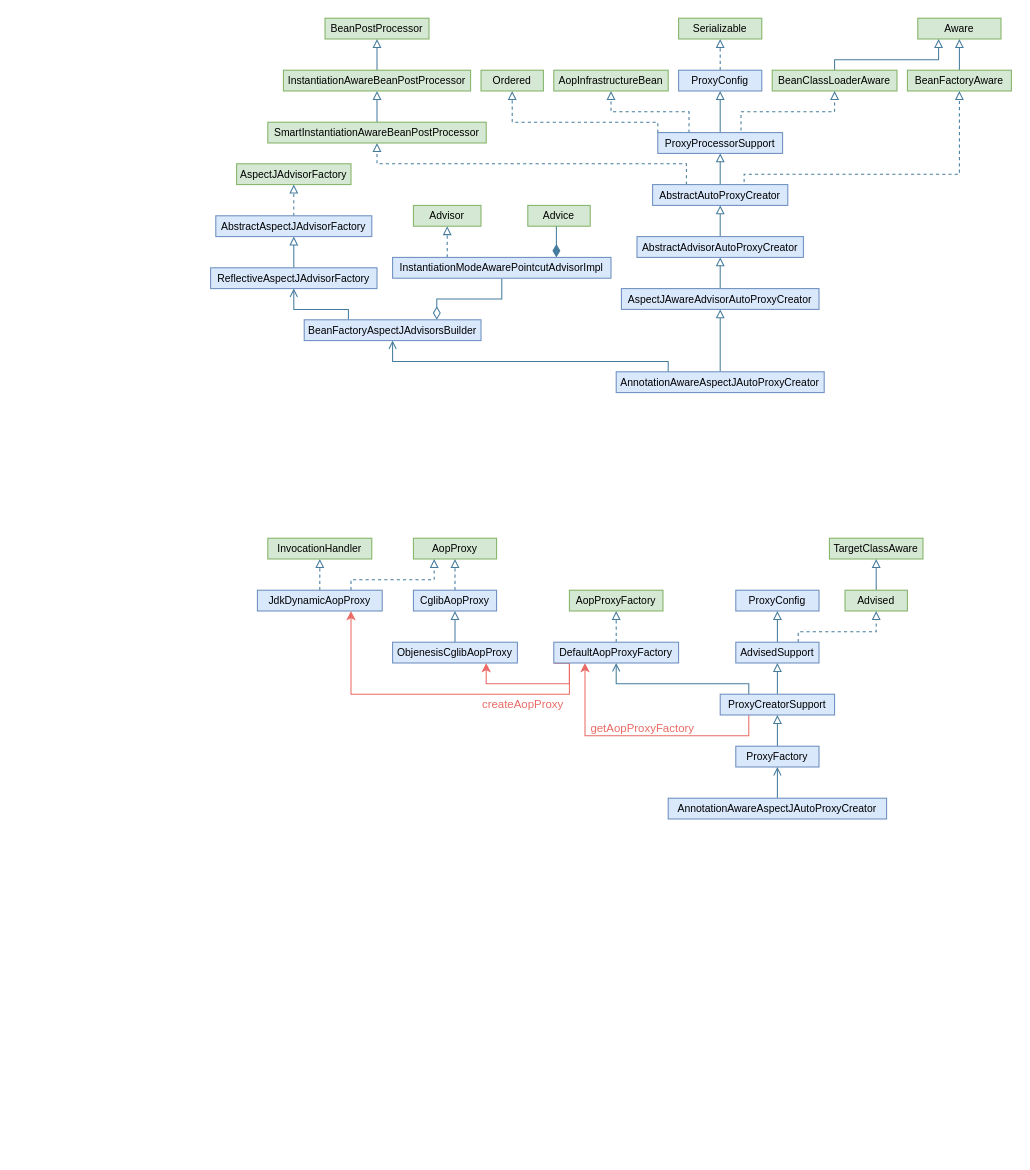
Before: page "Aop" (4 of 6) of drawio/spring.drawio in shanhm1991/shanhm1991.github.io, a draw.io diagram. Source tidied: cells renumbered, new cells numbered last; positions are measured from the earlier drawing's top-left corner, leaving out a move shared by most shapes. Both pictures are drawn from the tidied source at 104%, with x=0, y=0 at pixel (210, 18).
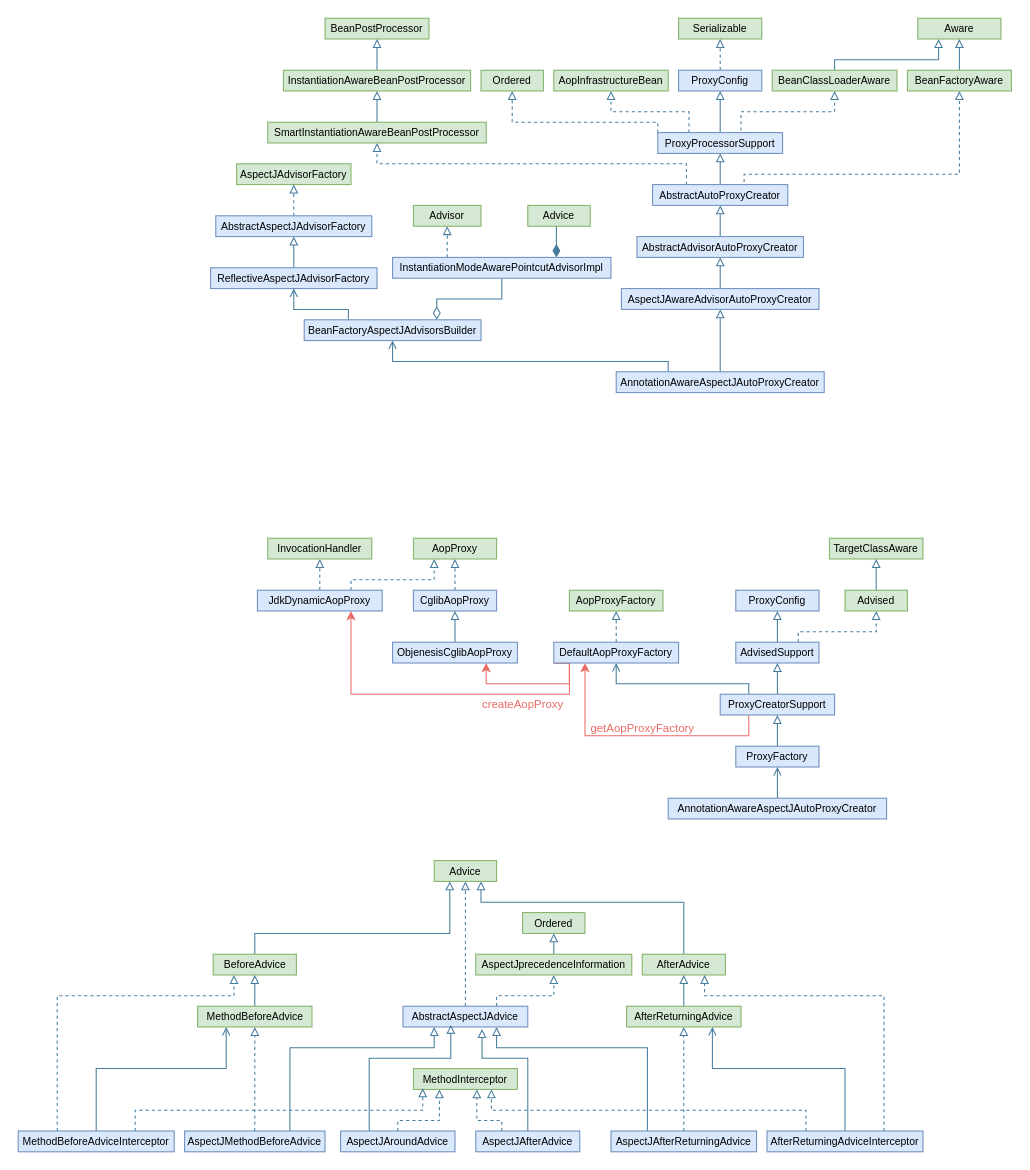
The same page after the edit.

Change to the diagram source:
```diff
@@
+    <mxCell id="77" value="Advice" style="rounded=0;whiteSpace=wrap;html=1;strokeColor=#82b366;fillColor=#d5e8d4;fontSize=10;" parent="1" vertex="1">
+      <mxGeometry x="215" y="810" width="60" height="20" as="geometry" />
+    </mxCell>
+    <mxCell id="78" style="edgeStyle=orthogonalEdgeStyle;shape=connector;rounded=0;jettySize=auto;html=1;exitX=0.5;exitY=0;exitDx=0;exitDy=0;entryX=0.25;entryY=1;entryDx=0;entryDy=0;labelBackgroundColor=default;strokeColor=#457B9D;fontFamily=Helvetica;fontSize=11;fontColor=default;endArrow=block;endFill=0;" parent="1" edge="1" source="79" target="77">
+      <mxGeometry relative="1" as="geometry">
+        <Array as="points">
+          <mxPoint x="43" y="880" />
+          <mxPoint x="230" y="880" />
+        </Array>
+      </mxGeometry>
+    </mxCell>
+    <mxCell id="79" value="BeforeAdvice" style="rounded=0;whiteSpace=wrap;html=1;strokeColor=#82b366;fillColor=#d5e8d4;fontSize=10;" parent="1" vertex="1">
+      <mxGeometry x="2.5" y="900" width="80" height="20" as="geometry" />
+    </mxCell>
+    <mxCell id="80" style="edgeStyle=orthogonalEdgeStyle;shape=connector;rounded=0;jettySize=auto;html=1;exitX=0.5;exitY=0;exitDx=0;exitDy=0;entryX=0.75;entryY=1;entryDx=0;entryDy=0;labelBackgroundColor=default;strokeColor=#457B9D;fontFamily=Helvetica;fontSize=11;fontColor=default;endArrow=block;endFill=0;" parent="1" edge="1" source="81" target="77">
+      <mxGeometry relative="1" as="geometry">
+        <Array as="points">
+          <mxPoint x="455" y="850" />
+          <mxPoint x="260" y="850" />
+        </Array>
+      </mxGeometry>
+    </mxCell>
+    <mxCell id="81" value="AfterAdvice" style="rounded=0;whiteSpace=wrap;html=1;strokeColor=#82b366;fillColor=#d5e8d4;fontSize=10;" parent="1" vertex="1">
+      <mxGeometry x="415" y="900" width="80" height="20" as="geometry" />
+    </mxCell>
+    <mxCell id="82" style="edgeStyle=orthogonalEdgeStyle;shape=connector;rounded=0;jettySize=auto;html=1;exitX=0.5;exitY=0;exitDx=0;exitDy=0;entryX=0.5;entryY=1;entryDx=0;entryDy=0;labelBackgroundColor=default;strokeColor=#457B9D;fontFamily=Helvetica;fontSize=11;fontColor=default;endArrow=block;endFill=0;" parent="1" edge="1" source="83" target="81">
+      <mxGeometry relative="1" as="geometry" />
+    </mxCell>
+    <mxCell id="83" value="AfterReturningAdvice" style="rounded=0;whiteSpace=wrap;html=1;strokeColor=#82b366;fillColor=#d5e8d4;fontSize=10;" parent="1" vertex="1">
+      <mxGeometry x="400" y="950" width="110" height="20" as="geometry" />
+    </mxCell>
+    <mxCell id="84" style="edgeStyle=orthogonalEdgeStyle;shape=connector;rounded=0;jettySize=auto;html=1;exitX=0.5;exitY=0;exitDx=0;exitDy=0;entryX=0.5;entryY=1;entryDx=0;entryDy=0;labelBackgroundColor=default;strokeColor=#457B9D;fontFamily=Helvetica;fontSize=11;fontColor=default;endArrow=block;endFill=0;" parent="1" edge="1" source="85" target="79">
+      <mxGeometry relative="1" as="geometry" />
+    </mxCell>
+    <mxCell id="85" value="MethodBeforeAdvice" style="rounded=0;whiteSpace=wrap;html=1;strokeColor=#82b366;fillColor=#d5e8d4;fontSize=10;" parent="1" vertex="1">
+      <mxGeometry x="-12.5" y="950" width="110" height="20" as="geometry" />
+    </mxCell>
+    <mxCell id="86" style="edgeStyle=orthogonalEdgeStyle;shape=connector;rounded=0;jettySize=auto;html=1;exitX=0.5;exitY=0;exitDx=0;exitDy=0;entryX=0.5;entryY=1;entryDx=0;entryDy=0;labelBackgroundColor=default;strokeColor=#457B9D;fontFamily=Helvetica;fontSize=11;fontColor=default;endArrow=block;endFill=0;dashed=1;" parent="1" edge="1" source="88" target="85">
+      <mxGeometry relative="1" as="geometry" />
+    </mxCell>
+    <mxCell id="87" style="edgeStyle=orthogonalEdgeStyle;shape=connector;rounded=0;jettySize=auto;html=1;exitX=0.75;exitY=0;exitDx=0;exitDy=0;entryX=0.25;entryY=1;entryDx=0;entryDy=0;labelBackgroundColor=default;strokeColor=#457B9D;fontFamily=Helvetica;fontSize=11;fontColor=default;endArrow=block;endFill=0;" parent="1" edge="1" source="88" target="94">
+      <mxGeometry relative="1" as="geometry">
+        <Array as="points">
+          <mxPoint x="76" y="990" />
+          <mxPoint x="215" y="990" />
+        </Array>
+      </mxGeometry>
+    </mxCell>
+    <mxCell id="88" value="AspectJMethodBeforeAdvice" style="rounded=0;whiteSpace=wrap;html=1;strokeColor=#6c8ebf;fillColor=#dae8fc;fontSize=10;" parent="1" vertex="1">
+      <mxGeometry x="-25" y="1070" width="135" height="20" as="geometry" />
+    </mxCell>
+    <mxCell id="89" style="edgeStyle=orthogonalEdgeStyle;shape=connector;rounded=0;jettySize=auto;html=1;exitX=0.5;exitY=0;exitDx=0;exitDy=0;entryX=0.5;entryY=1;entryDx=0;entryDy=0;labelBackgroundColor=default;strokeColor=#457B9D;fontFamily=Helvetica;fontSize=11;fontColor=default;endArrow=block;endFill=0;dashed=1;" parent="1" edge="1" source="91" target="83">
+      <mxGeometry relative="1" as="geometry" />
+    </mxCell>
+    <mxCell id="90" style="edgeStyle=orthogonalEdgeStyle;shape=connector;rounded=0;jettySize=auto;html=1;exitX=0.25;exitY=0;exitDx=0;exitDy=0;entryX=0.75;entryY=1;entryDx=0;entryDy=0;labelBackgroundColor=default;strokeColor=#457B9D;fontFamily=Helvetica;fontSize=11;fontColor=default;endArrow=block;endFill=0;" parent="1" edge="1" source="91" target="94">
+      <mxGeometry relative="1" as="geometry">
+        <Array as="points">
+          <mxPoint x="420" y="990" />
+          <mxPoint x="275" y="990" />
+        </Array>
+      </mxGeometry>
+    </mxCell>
+    <mxCell id="91" value="AspectJAfterReturningAdvice" style="rounded=0;whiteSpace=wrap;html=1;strokeColor=#6c8ebf;fillColor=#dae8fc;fontSize=10;" parent="1" vertex="1">
+      <mxGeometry x="385" y="1070" width="140" height="20" as="geometry" />
+    </mxCell>
+    <mxCell id="92" style="edgeStyle=orthogonalEdgeStyle;shape=connector;rounded=0;jettySize=auto;html=1;exitX=0.5;exitY=0;exitDx=0;exitDy=0;entryX=0.5;entryY=1;entryDx=0;entryDy=0;labelBackgroundColor=default;strokeColor=#457B9D;fontFamily=Helvetica;fontSize=11;fontColor=default;endArrow=block;endFill=0;dashed=1;" parent="1" edge="1" source="94" target="77">
+      <mxGeometry relative="1" as="geometry" />
+    </mxCell>
+    <mxCell id="93" style="edgeStyle=orthogonalEdgeStyle;shape=connector;rounded=0;jettySize=auto;html=1;exitX=0.75;exitY=0;exitDx=0;exitDy=0;entryX=0.5;entryY=1;entryDx=0;entryDy=0;labelBackgroundColor=default;strokeColor=#457B9D;fontFamily=Helvetica;fontSize=11;fontColor=default;endArrow=block;endFill=0;dashed=1;" parent="1" edge="1" source="94" target="96">
+      <mxGeometry relative="1" as="geometry">
+        <Array as="points">
+          <mxPoint x="275" y="940" />
+          <mxPoint x="330" y="940" />
+        </Array>
+      </mxGeometry>
+    </mxCell>
+    <mxCell id="94" value="AbstractAspectJAdvice" style="rounded=0;whiteSpace=wrap;html=1;strokeColor=#6c8ebf;fillColor=#dae8fc;fontSize=10;" parent="1" vertex="1">
+      <mxGeometry x="185" y="950" width="120" height="20" as="geometry" />
+    </mxCell>
+    <mxCell id="95" style="edgeStyle=orthogonalEdgeStyle;shape=connector;rounded=0;jettySize=auto;html=1;exitX=0.5;exitY=0;exitDx=0;exitDy=0;entryX=0.5;entryY=1;entryDx=0;entryDy=0;labelBackgroundColor=default;strokeColor=#457B9D;fontFamily=Helvetica;fontSize=11;fontColor=default;endArrow=block;endFill=0;" parent="1" edge="1" source="96" target="97">
+      <mxGeometry relative="1" as="geometry" />
+    </mxCell>
+    <mxCell id="96" value="AspectJprecedenceInformation" style="rounded=0;whiteSpace=wrap;html=1;strokeColor=#82b366;fillColor=#d5e8d4;fontSize=10;" parent="1" vertex="1">
+      <mxGeometry x="255" y="900" width="150" height="20" as="geometry" />
+    </mxCell>
+    <mxCell id="97" value="Ordered" style="rounded=0;whiteSpace=wrap;html=1;strokeColor=#82b366;fillColor=#d5e8d4;fontSize=10;" parent="1" vertex="1">
+      <mxGeometry x="300" y="860" width="60" height="20" as="geometry" />
+    </mxCell>
+    <mxCell id="98" value="MethodInterceptor" style="rounded=0;whiteSpace=wrap;html=1;strokeColor=#82b366;fillColor=#d5e8d4;fontSize=10;" parent="1" vertex="1">
+      <mxGeometry x="195" y="1010" width="100" height="20" as="geometry" />
+    </mxCell>
+    <mxCell id="99" style="edgeStyle=orthogonalEdgeStyle;shape=connector;rounded=0;jettySize=auto;html=1;exitX=0.5;exitY=0;exitDx=0;exitDy=0;entryX=0.25;entryY=1;entryDx=0;entryDy=0;labelBackgroundColor=default;strokeColor=#457B9D;fontFamily=Helvetica;fontSize=11;fontColor=default;endArrow=block;endFill=0;dashed=1;" parent="1" edge="1" source="101" target="98">
+      <mxGeometry relative="1" as="geometry">
+        <Array as="points">
+          <mxPoint x="180" y="1060" />
+          <mxPoint x="220" y="1060" />
+        </Array>
+      </mxGeometry>
+    </mxCell>
+    <mxCell id="100" style="edgeStyle=orthogonalEdgeStyle;shape=connector;rounded=0;jettySize=auto;html=1;exitX=0.25;exitY=0;exitDx=0;exitDy=0;entryX=0.383;entryY=0.9;entryDx=0;entryDy=0;entryPerimeter=0;labelBackgroundColor=default;strokeColor=#457B9D;fontFamily=Helvetica;fontSize=11;fontColor=default;endArrow=block;endFill=0;" parent="1" edge="1" source="101" target="94">
+      <mxGeometry relative="1" as="geometry">
+        <Array as="points">
+          <mxPoint x="153" y="1000" />
+          <mxPoint x="231" y="1000" />
+        </Array>
+      </mxGeometry>
+    </mxCell>
+    <mxCell id="101" value="AspectJAroundAdvice" style="rounded=0;whiteSpace=wrap;html=1;strokeColor=#6c8ebf;fillColor=#dae8fc;fontSize=10;" parent="1" vertex="1">
+      <mxGeometry x="125" y="1070" width="110" height="20" as="geometry" />
+    </mxCell>
+    <mxCell id="102" style="edgeStyle=orthogonalEdgeStyle;shape=connector;rounded=0;jettySize=auto;html=1;exitX=0.5;exitY=0;exitDx=0;exitDy=0;entryX=0.633;entryY=1.1;entryDx=0;entryDy=0;entryPerimeter=0;labelBackgroundColor=default;strokeColor=#457B9D;fontFamily=Helvetica;fontSize=11;fontColor=default;endArrow=block;endFill=0;" parent="1" edge="1" source="104" target="94">
+      <mxGeometry relative="1" as="geometry">
+        <Array as="points">
+          <mxPoint x="305" y="1000" />
+          <mxPoint x="261" y="1000" />
+        </Array>
+      </mxGeometry>
+    </mxCell>
+    <mxCell id="103" style="edgeStyle=orthogonalEdgeStyle;shape=connector;rounded=0;jettySize=auto;html=1;exitX=0.25;exitY=0;exitDx=0;exitDy=0;entryX=0.61;entryY=1;entryDx=0;entryDy=0;labelBackgroundColor=default;strokeColor=#457B9D;fontFamily=Helvetica;fontSize=11;fontColor=default;endArrow=block;endFill=0;dashed=1;entryPerimeter=0;" parent="1" edge="1" source="104" target="98">
+      <mxGeometry relative="1" as="geometry">
+        <Array as="points">
+          <mxPoint x="280" y="1060" />
+          <mxPoint x="256" y="1060" />
+        </Array>
+      </mxGeometry>
+    </mxCell>
+    <mxCell id="104" value="AspectJAfterAdvice" style="rounded=0;whiteSpace=wrap;html=1;strokeColor=#6c8ebf;fillColor=#dae8fc;fontSize=10;" parent="1" vertex="1">
+      <mxGeometry x="255" y="1070" width="100" height="20" as="geometry" />
+    </mxCell>
+    <mxCell id="105" style="edgeStyle=orthogonalEdgeStyle;shape=connector;rounded=0;jettySize=auto;html=1;exitX=0.25;exitY=0;exitDx=0;exitDy=0;entryX=0.25;entryY=1;entryDx=0;entryDy=0;labelBackgroundColor=default;strokeColor=#457B9D;fontFamily=Helvetica;fontSize=11;fontColor=default;endArrow=block;endFill=0;dashed=1;" parent="1" edge="1" source="108" target="79">
+      <mxGeometry relative="1" as="geometry">
+        <Array as="points">
+          <mxPoint x="-147" y="940" />
+          <mxPoint x="23" y="940" />
+        </Array>
+      </mxGeometry>
+    </mxCell>
+    <mxCell id="106" style="edgeStyle=orthogonalEdgeStyle;shape=connector;rounded=0;jettySize=auto;html=1;exitX=0.5;exitY=0;exitDx=0;exitDy=0;entryX=0.25;entryY=1;entryDx=0;entryDy=0;labelBackgroundColor=default;strokeColor=#457B9D;fontFamily=Helvetica;fontSize=11;fontColor=default;endArrow=open;endFill=0;" parent="1" edge="1" source="108" target="85">
+      <mxGeometry relative="1" as="geometry">
+        <Array as="points">
+          <mxPoint x="-110" y="1010" />
+          <mxPoint x="15" y="1010" />
+        </Array>
+      </mxGeometry>
+    </mxCell>
+    <mxCell id="107" style="edgeStyle=orthogonalEdgeStyle;shape=connector;rounded=0;jettySize=auto;html=1;exitX=0.75;exitY=0;exitDx=0;exitDy=0;entryX=0.09;entryY=0.95;entryDx=0;entryDy=0;entryPerimeter=0;labelBackgroundColor=default;strokeColor=#457B9D;fontFamily=Helvetica;fontSize=11;fontColor=default;endArrow=block;endFill=0;dashed=1;" parent="1" edge="1" source="108" target="98">
+      <mxGeometry relative="1" as="geometry">
+        <Array as="points">
+          <mxPoint x="-72" y="1050" />
+          <mxPoint x="204" y="1050" />
+        </Array>
+      </mxGeometry>
+    </mxCell>
+    <mxCell id="108" value="MethodBeforeAdviceInterceptor" style="rounded=0;whiteSpace=wrap;html=1;strokeColor=#6c8ebf;fillColor=#dae8fc;fontSize=10;" parent="1" vertex="1">
+      <mxGeometry x="-185" y="1070" width="150" height="20" as="geometry" />
+    </mxCell>
+    <mxCell id="109" style="edgeStyle=orthogonalEdgeStyle;shape=connector;rounded=0;jettySize=auto;html=1;exitX=0.75;exitY=0;exitDx=0;exitDy=0;entryX=0.75;entryY=1;entryDx=0;entryDy=0;labelBackgroundColor=default;strokeColor=#457B9D;fontFamily=Helvetica;fontSize=11;fontColor=default;endArrow=block;endFill=0;dashed=1;" parent="1" edge="1" source="112" target="81">
+      <mxGeometry relative="1" as="geometry">
+        <Array as="points">
+          <mxPoint x="648" y="940" />
+          <mxPoint x="475" y="940" />
+        </Array>
+      </mxGeometry>
+    </mxCell>
+    <mxCell id="110" style="edgeStyle=orthogonalEdgeStyle;shape=connector;rounded=0;jettySize=auto;html=1;exitX=0.5;exitY=0;exitDx=0;exitDy=0;entryX=0.75;entryY=1;entryDx=0;entryDy=0;labelBackgroundColor=default;strokeColor=#457B9D;fontFamily=Helvetica;fontSize=11;fontColor=default;endArrow=open;endFill=0;" parent="1" edge="1" source="112" target="83">
+      <mxGeometry relative="1" as="geometry">
+        <Array as="points">
+          <mxPoint x="610" y="1010" />
+          <mxPoint x="483" y="1010" />
+        </Array>
+      </mxGeometry>
+    </mxCell>
+    <mxCell id="111" style="edgeStyle=orthogonalEdgeStyle;shape=connector;rounded=0;jettySize=auto;html=1;exitX=0.25;exitY=0;exitDx=0;exitDy=0;entryX=0.75;entryY=1;entryDx=0;entryDy=0;labelBackgroundColor=default;strokeColor=#457B9D;fontFamily=Helvetica;fontSize=11;fontColor=default;endArrow=block;endFill=0;dashed=1;" parent="1" edge="1" source="112" target="98">
+      <mxGeometry relative="1" as="geometry" />
+    </mxCell>
+    <mxCell id="112" value="AfterReturningAdviceInterceptor" style="rounded=0;whiteSpace=wrap;html=1;strokeColor=#6c8ebf;fillColor=#dae8fc;fontSize=10;" parent="1" vertex="1">
+      <mxGeometry x="535" y="1070" width="150" height="20" as="geometry" />
+    </mxCell>
```
